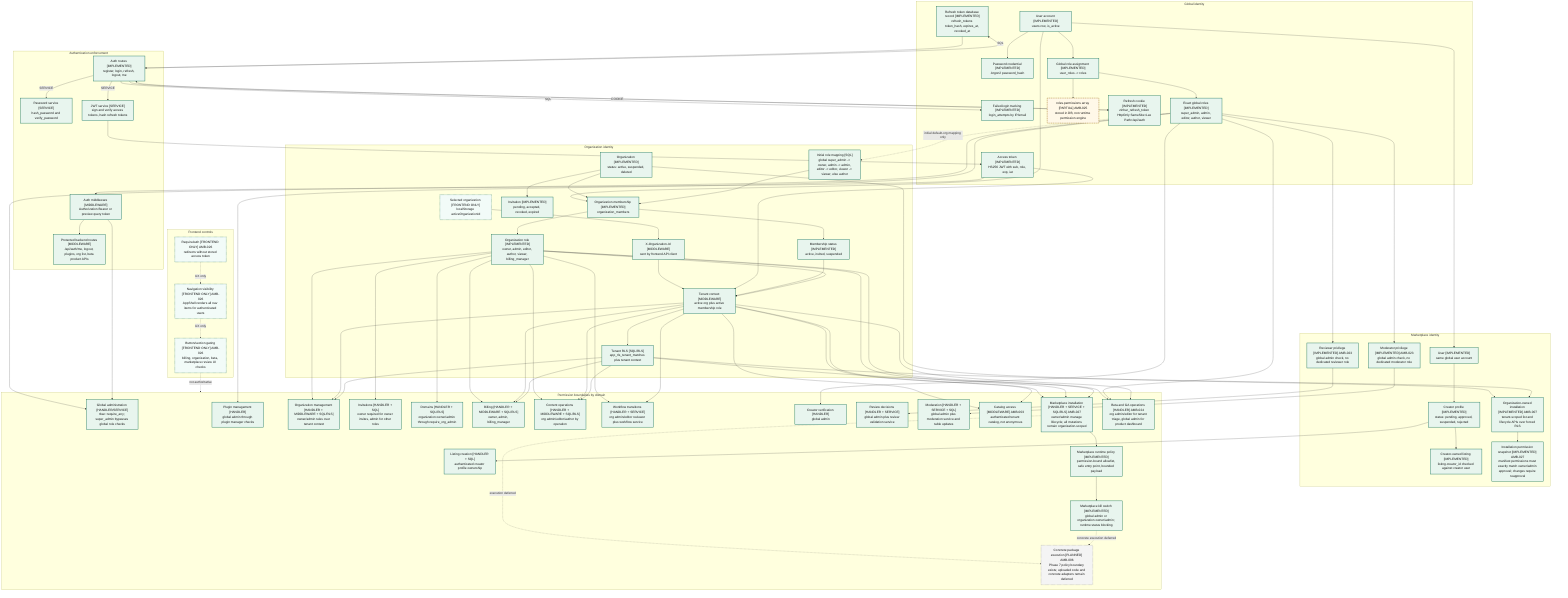
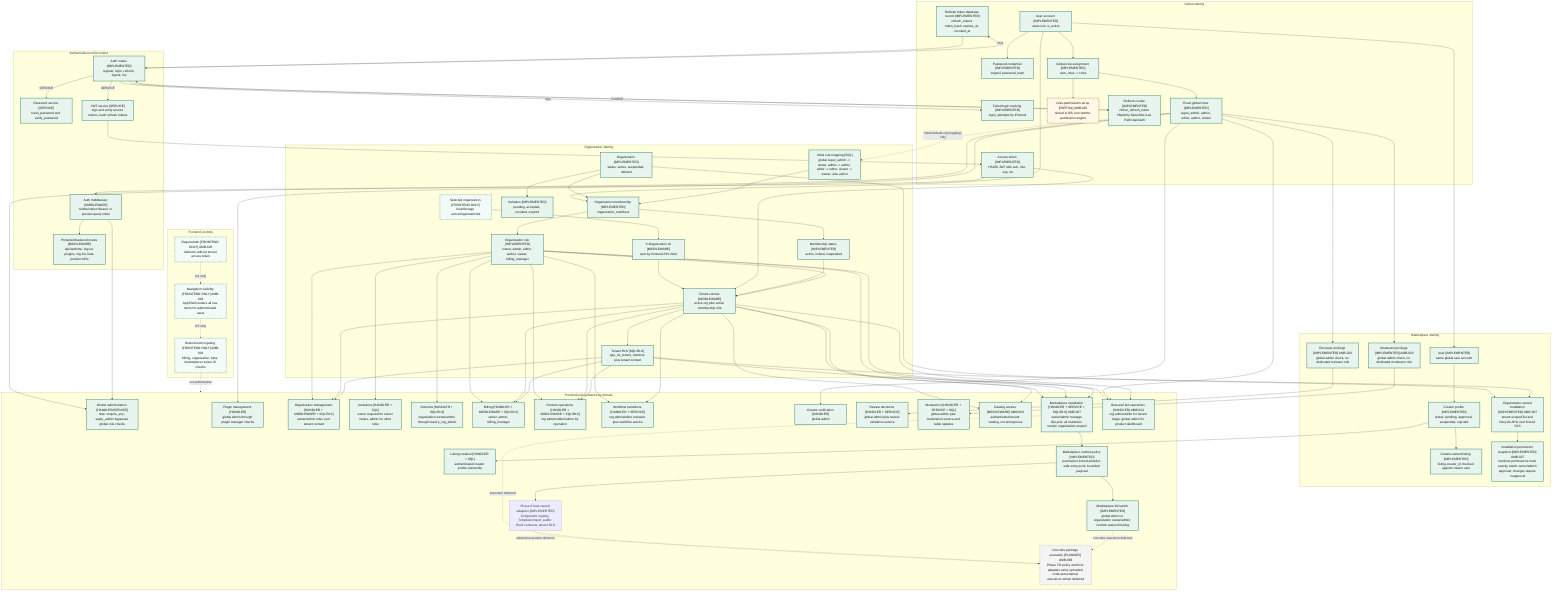
%% Evidence: backend/src/routes/auth.rs
%% Evidence: backend/src/middleware/auth.rs
%% Evidence: backend/src/services/jwt.rs
%% Evidence: backend/src/services/password.rs
%% Evidence: backend/src/services/security.rs
%% Evidence: backend/src/services/rbac.rs
%% Evidence: backend/src/middleware/tenant.rs
%% Evidence: backend/src/services/rls.rs
%% Evidence: backend/src/routes/organizations.rs
%% Evidence: backend/src/routes/billing.rs
%% Evidence: backend/src/routes/beta.rs
%% Evidence: backend/src/routes/marketplace.rs
%% Evidence: backend/src/routes/plugins.rs
%% Evidence: frontend/src/components/RequireAuth.tsx
%% Evidence: frontend/src/components/AppShell.tsx
%% Evidence: frontend/src/stores/useAppStore.ts
%% Evidence: frontend/src/services/api.ts
%% Evidence: backend/migrations/0001_initial_schema.sql
%% Evidence: backend/migrations/0002_seed_foundation_data.sql
%% Evidence: backend/migrations/0003_phase_one_core.sql
%% Evidence: backend/migrations/0007_phase_seven_security.sql
%% Evidence: backend/migrations/0008_v2_phase_one_organizations.sql
%% Evidence: backend/migrations/0009_v2_phase_three_rls.sql
%% Evidence: backend/migrations/0015_v3_phase_one_marketplace_foundation.sql
%% Evidence: backend/migrations/0016_v3_phase_two_creator_submission.sql
%% Evidence: backend/migrations/0018_v3_phase_four_review_moderation.sql
%% Evidence: backend/migrations/0019_v3_phase_six_installation_lifecycle.sql
%% Evidence: backend/migrations/0020_v3_phase_seven_permission_sandbox_kill_switch.sql
+ %% Evidence: backend/migrations/0021_v3_phase_eight_runtime_adapters.sql
%% Evidence: backend/src/services/marketplace_installation.rs
%% Evidence: backend/src/services/marketplace_runtime.rs
%% Evidence: backend/src/routes/marketplace_runtime.rs
+ %% Evidence: backend/src/services/marketplace_adapters.rs
+ %% Evidence: backend/src/routes/marketplace_adapters.rs
%% Evidence: docs/diagrams/AMBIGUITIES.md
flowchart TD
  subgraph global_identity["Global identity"]
    user_account["User account [IMPLEMENTED]<br/>users row, is_active"]
    password_credential["Password credential [IMPLEMENTED]<br/>Argon2 password_hash"]
    failed_login["Failed-login tracking [IMPLEMENTED]<br/>login_attempts by IP/email"]
    global_role_assignment["Global role assignment [IMPLEMENTED]<br/>user_roles -> roles"]
    global_roles["Exact global roles [IMPLEMENTED]<br/>super_admin, admin, editor, author, viewer"]
    role_permissions_array["roles.permissions array [PARTIAL] AMB-025<br/>stored in DB, not runtime permission engine"]
    access_token["Access token [IMPLEMENTED]<br/>HS256 JWT with sub, role, exp, iat"]
    refresh_record["Refresh token database record [IMPLEMENTED]<br/>refresh_tokens token_hash, expires_at, revoked_at"]
    refresh_cookie["Refresh cookie [IMPLEMENTED]<br/>zinhar_refresh_token HttpOnly SameSite=Lax Path=/api/auth"]
  end

  subgraph auth_enforcement["Authentication enforcement"]
    auth_routes["Auth routes [IMPLEMENTED]<br/>register, login, refresh, logout, me"]
    password_service["Password service [SERVICE]<br/>hash_password and verify_password"]
    jwt_service["JWT service [SERVICE]<br/>sign and verify access tokens, hash refresh tokens"]
    auth_middleware["Auth middleware [MIDDLEWARE]<br/>Authorization Bearer or preview query token"]
    protected_routes["Protected backend routes [MIDDLEWARE]<br/>/api/auth/me, logout, plugins, org list, beta product APIs"]
  end

  subgraph org_identity["Organization identity"]
    organization["Organization [IMPLEMENTED]<br/>status: active, suspended, deleted"]
    membership["Organization membership [IMPLEMENTED]<br/>organization_members"]
    membership_status["Membership status [IMPLEMENTED]<br/>active, invited, suspended"]
    org_role["Organization role [IMPLEMENTED]<br/>owner, admin, editor, author, viewer, billing_manager"]
    invitation["Invitation [IMPLEMENTED]<br/>pending, accepted, revoked, expired"]
    selected_org["Selected organization [FRONTEND ONLY]<br/>localStorage activeOrganizationId"]
    org_header["X-Organization-Id [MIDDLEWARE]<br/>sent by frontend API client"]
    tenant_context["Tenant context [MIDDLEWARE]<br/>active org plus active membership role"]
    tenant_rls["Tenant RLS [SQL/RLS]<br/>app_rls_tenant_matches plus tenant context"]
    role_mapping["Initial role mapping [SQL]<br/>global super_admin -> owner, admin -> admin, editor -> editor, viewer -> viewer, else author"]
  end

  subgraph marketplace_identity["Marketplace identity"]
    marketplace_user["User [IMPLEMENTED]<br/>same global user account"]
    creator_profile["Creator profile [IMPLEMENTED]<br/>status: pending, approved, suspended, rejected"]
    creator_listing["Creator-owned listing [IMPLEMENTED]<br/>listing.creator_id checked against creator user"]
    reviewer_privilege["Reviewer privilege [IMPLEMENTED] AMB-023<br/>global admin check, no dedicated reviewer role"]
    moderator_privilege["Moderator privilege [IMPLEMENTED] AMB-023<br/>global admin check, no dedicated moderator role"]
    org_installation["Organization-owned installation [IMPLEMENTED] AMB-007<br/>tenant-scoped list and lifecycle APIs over forced RLS"]
    install_permission_snapshot["Installation permission snapshot [IMPLEMENTED] AMB-027<br/>manifest permissions must exactly match owner/admin approval; changes require reapproval"]
  end

  subgraph frontend_controls["Frontend controls"]
    require_auth["RequireAuth [FRONTEND ONLY] AMB-026<br/>redirects without stored access token"]
    nav_visibility["Navigation visibility [FRONTEND ONLY] AMB-026<br/>AppShell renders all nav items for authenticated users"]
    frontend_button_gates["Button/section gating [FRONTEND ONLY] AMB-026<br/>billing, organization, beta, marketplace review UI checks"]
  end

  subgraph permission_boundaries["Permission boundaries by domain"]
    global_admin_boundary["Global administration [HANDLER/SERVICE]<br/>rbac::require_any; super_admin bypasses global role checks"]
    plugin_boundary["Plugin management [HANDLER]<br/>global admin through plugin manager checks"]
    organization_boundary["Organization management [HANDLER + MIDDLEWARE + SQL/RLS]<br/>owner/admin rules over tenant context"]
    invitation_boundary["Invitations [HANDLER + SQL]<br/>owner required for owner invites, admin for other roles"]
    domain_boundary["Domains [HANDLER + SQL/RLS]<br/>organization owner/admin through require_org_admin"]
    billing_boundary["Billing [HANDLER + MIDDLEWARE + SQL/RLS]<br/>owner, admin, billing_manager"]
    content_boundary["Content operations [HANDLER + MIDDLEWARE + SQL/RLS]<br/>org admin/editor/author by operation"]
    workflow_boundary["Workflow transitions [HANDLER + SERVICE]<br/>org admin/editor reviewer plus workflow service"]
    creator_verification_boundary["Creator verification [HANDLER]<br/>global admin"]
    listing_creation_boundary["Listing creation [HANDLER + SQL]<br/>authenticated creator profile ownership"]
    review_decision_boundary["Review decisions [HANDLER + SERVICE]<br/>global admin plus review validation service"]
    moderation_boundary["Moderation [HANDLER + SERVICE + SQL]<br/>global admin plus moderation service and table updates"]
    catalog_boundary["Catalog access [MIDDLEWARE] AMB-003<br/>authenticated tenant catalog, not anonymous"]
    installation_boundary["Marketplace installation [HANDLER + SERVICE + SQL/RLS] AMB-027<br/>owner/admin manage lifecycle; all mutations remain organization-scoped"]
    runtime_policy_boundary["Marketplace runtime policy [IMPLEMENTED]<br/>permission-bound allowlist, safe entry point, bounded payload"]
    kill_switch_boundary["Marketplace kill switch [IMPLEMENTED]<br/>global admin or organization owner/admin; runtime status blocking"]
-     installation_runtime_boundary["Concrete package execution [PLANNED] AMB-006<br/>Phase 7 policy boundary exists; uploaded code and concrete adapters remain deferred"]
+     adapter_boundary["Phase 8 host-owned adapters [IMPLEMENTED]<br/>Component registry, Template Import, public Hook contracts; tenant RLS"]
+     installation_runtime_boundary["Concrete package execution [PLANNED] AMB-006<br/>Phase 7/8 policy and host adapters exist; uploaded code and external execution remain deferred"]
    beta_boundary["Beta and GA operations [HANDLER] AMB-024<br/>org admin/editor for tenant triage, global admin for product dashboard"]
  end

  user_account --> password_credential
  user_account --> global_role_assignment
  global_role_assignment --> global_roles
  global_role_assignment --> role_permissions_array
  auth_routes -- "SERVICE" --> password_service
  auth_routes -- "SERVICE" --> jwt_service
  auth_routes -- "SQL" --> refresh_record
  auth_routes -- "COOKIE" --> refresh_cookie
  auth_routes -- "SQL" --> failed_login
  jwt_service --> access_token
  refresh_cookie --> auth_routes
  refresh_record --> auth_routes
  access_token --> auth_middleware
  auth_middleware --> protected_routes

  user_account --> membership
  organization --> membership
  membership --> membership_status
  membership --> org_role
  organization --> invitation
  global_roles -. "initial default-org mapping only" .-> role_mapping
  role_mapping --> membership
  selected_org --> org_header
  org_header --> tenant_context
  access_token --> tenant_context
  tenant_context --> tenant_rls
  membership_status --> tenant_context
  org_role --> tenant_context

  marketplace_user --> creator_profile
  user_account --> marketplace_user
  creator_profile --> creator_listing
  global_roles --> reviewer_privilege
  global_roles --> moderator_privilege
  organization --> org_installation
  org_installation --> install_permission_snapshot
  tenant_rls --> org_installation

  require_auth -. "UX only" .-> nav_visibility
  nav_visibility -. "UX only" .-> frontend_button_gates
  frontend_button_gates -. "not authoritative" .-> permission_boundaries

  global_roles --> global_admin_boundary
  global_roles --> plugin_boundary
  org_role --> organization_boundary
  org_role --> invitation_boundary
  org_role --> domain_boundary
  org_role --> billing_boundary
  org_role --> content_boundary
  org_role --> workflow_boundary
  global_roles --> creator_verification_boundary
  creator_profile --> listing_creation_boundary
  reviewer_privilege --> review_decision_boundary
  moderator_privilege --> moderation_boundary
  tenant_context --> catalog_boundary
  tenant_context --> installation_boundary
  org_role --> installation_boundary
  installation_boundary -. "execution deferred" .-> installation_runtime_boundary
  installation_boundary --> runtime_policy_boundary
  runtime_policy_boundary --> kill_switch_boundary
+   runtime_policy_boundary --> adapter_boundary
+   adapter_boundary -. "external execution deferred" .-> installation_runtime_boundary
  kill_switch_boundary -. "concrete execution deferred" .-> installation_runtime_boundary
  org_role --> beta_boundary
  global_roles --> beta_boundary

  auth_middleware --> global_admin_boundary
  tenant_context --> organization_boundary
  tenant_context --> billing_boundary
  tenant_context --> content_boundary
  tenant_context --> workflow_boundary
  tenant_context --> catalog_boundary
  tenant_context --> beta_boundary
  tenant_rls --> organization_boundary
  tenant_rls --> billing_boundary
  tenant_rls --> content_boundary
  tenant_rls --> installation_boundary

  class user_account,password_credential,failed_login,global_role_assignment,global_roles,access_token,refresh_record,refresh_cookie,auth_routes,password_service,jwt_service,auth_middleware,protected_routes,organization,membership,membership_status,org_role,invitation,org_header,tenant_context,tenant_rls,role_mapping,marketplace_user,creator_profile,creator_listing,reviewer_privilege,moderator_privilege,org_installation,install_permission_snapshot,global_admin_boundary,plugin_boundary,organization_boundary,invitation_boundary,domain_boundary,billing_boundary,content_boundary,workflow_boundary,creator_verification_boundary,listing_creation_boundary,review_decision_boundary,moderation_boundary,catalog_boundary,installation_boundary,runtime_policy_boundary,kill_switch_boundary,beta_boundary implemented
  class role_permissions_array partial
  class installation_runtime_boundary planned
  class selected_org,require_auth,nav_visibility,frontend_button_gates frontend
  classDef implemented fill:#e8f5ee,stroke:#17745b,stroke-width:2px,color:#111
  classDef partial fill:#fff8e8,stroke:#9a6500,stroke-width:2px,stroke-dasharray: 6 3,color:#111
  classDef frontend fill:#f2fbf8,stroke:#24735a,stroke-width:2px,stroke-dasharray: 3 3,color:#111
  classDef planned fill:#f4f4f4,stroke:#666,stroke-width:2px,stroke-dasharray: 2 4,color:#111
